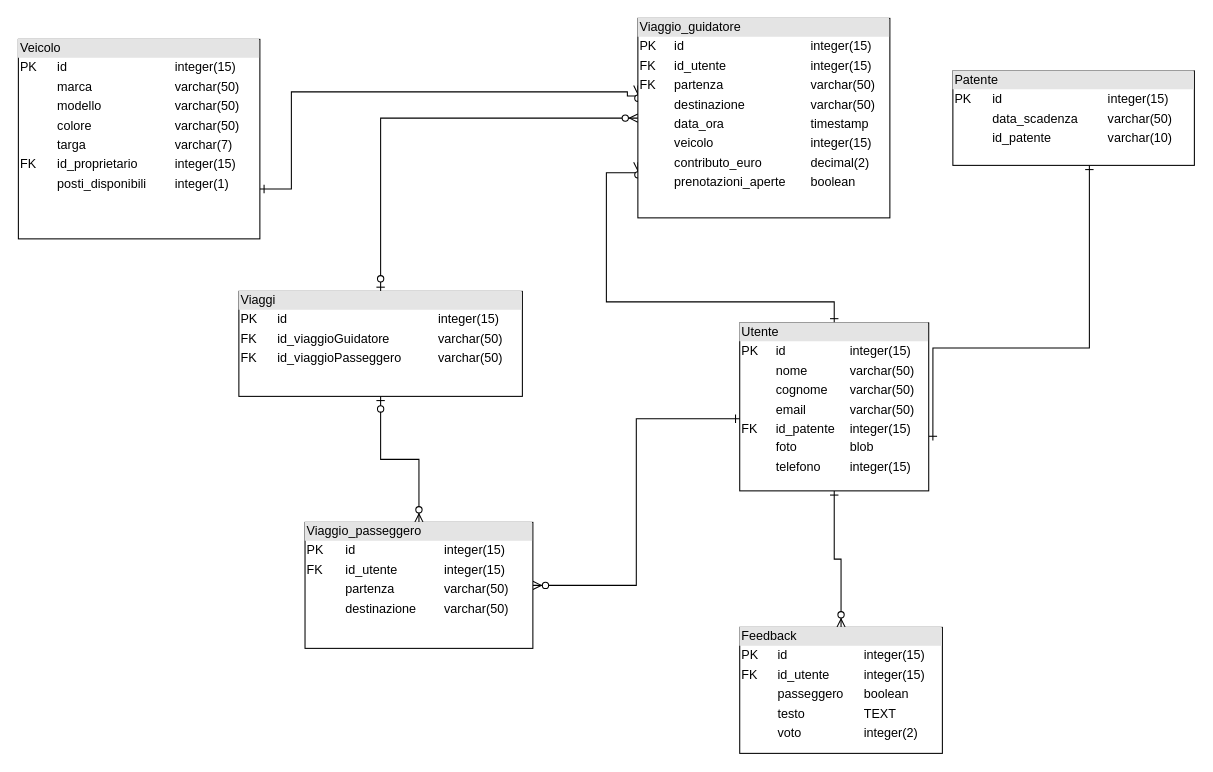
This is Untitled Diagram.drawio from Lor3nzo01/cpp, a draw.io file, before an edit. Source tidied: cells renumbered, new cells numbered last; positions are measured from the earlier drawing's top-left corner, leaving out a move shared by most shapes. Both pictures are drawn from the tidied source at 105%, with x=0, y=0 at pixel (18, 18).
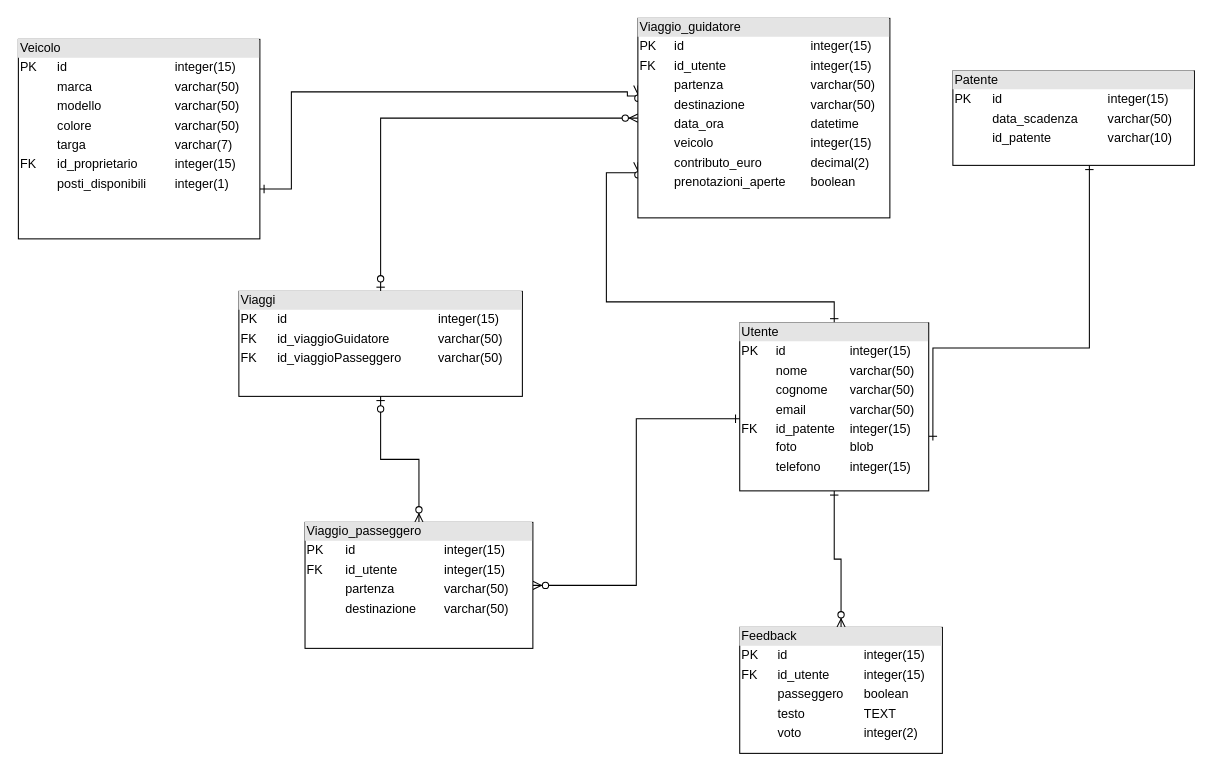
After the change.

Change to the diagram source:
```diff
@@
-    <mxCell id="10" value="&lt;div style=&quot;box-sizing: border-box ; width: 100% ; background: #e4e4e4 ; padding: 2px&quot;&gt;Viaggio_guidatore&lt;br&gt;&lt;/div&gt;&lt;table style=&quot;width: 100% ; font-size: 1em&quot; cellspacing=&quot;0&quot; cellpadding=&quot;2&quot;&gt;&lt;tbody&gt;&lt;tr&gt;&lt;td&gt;PK&lt;/td&gt;&lt;td&gt;&lt;br&gt;&lt;/td&gt;&lt;td&gt;&lt;br&gt;&lt;/td&gt;&lt;td&gt;id&lt;/td&gt;&lt;td&gt;integer(15)&lt;/td&gt;&lt;/tr&gt;&lt;tr&gt;&lt;td&gt;FK&lt;br&gt;&lt;/td&gt;&lt;td&gt;&lt;br&gt;&lt;/td&gt;&lt;td&gt;&lt;br&gt;&lt;/td&gt;&lt;td&gt;id_utente&lt;br&gt;&lt;/td&gt;&lt;td&gt;integer(15)&lt;br&gt;&lt;/td&gt;&lt;/tr&gt;&lt;tr&gt;&lt;td&gt;FK&lt;br&gt;&lt;/td&gt;&lt;td&gt;&lt;br&gt;&lt;/td&gt;&lt;td&gt;&lt;br&gt;&lt;/td&gt;&lt;td&gt;partenza&lt;/td&gt;&lt;td&gt;varchar(50)&lt;/td&gt;&lt;/tr&gt;&lt;tr&gt;&lt;td&gt;&lt;br&gt;&lt;/td&gt;&lt;td&gt;&lt;br&gt;&lt;/td&gt;&lt;td&gt;&lt;br&gt;&lt;/td&gt;&lt;td&gt;destinazione&lt;br&gt;&lt;/td&gt;&lt;td&gt;varchar(50)&lt;br&gt;&lt;/td&gt;&lt;/tr&gt;&lt;tr&gt;&lt;td&gt;&lt;br&gt;&lt;/td&gt;&lt;td&gt;&lt;br&gt;&lt;/td&gt;&lt;td&gt;&lt;br&gt;&lt;/td&gt;&lt;td&gt;data_ora&lt;br&gt;&lt;/td&gt;&lt;td&gt;timestamp&lt;br&gt;&lt;/td&gt;&lt;/tr&gt;&lt;tr&gt;&lt;td&gt;&lt;br&gt;&lt;/td&gt;&lt;td&gt;&lt;br&gt;&lt;/td&gt;&lt;td&gt;&lt;br&gt;&lt;/td&gt;&lt;td&gt;veicolo&lt;br&gt;&lt;/td&gt;&lt;td&gt;integer(15)&lt;br&gt;&lt;/td&gt;&lt;/tr&gt;&lt;tr&gt;&lt;td&gt;&lt;br&gt;&lt;/td&gt;&lt;td&gt;&lt;br&gt;&lt;/td&gt;&lt;td&gt;&lt;br&gt;&lt;/td&gt;&lt;td&gt;contributo_euro&lt;br&gt;&lt;/td&gt;&lt;td&gt;decimal(2)&lt;br&gt;&lt;/td&gt;&lt;/tr&gt;&lt;tr&gt;&lt;td&gt;&lt;br&gt;&lt;/td&gt;&lt;td&gt;&lt;br&gt;&lt;/td&gt;&lt;td&gt;&lt;br&gt;&lt;/td&gt;&lt;td&gt;prenotazioni_aperte&lt;br&gt;&lt;/td&gt;&lt;td&gt;boolean&lt;br&gt;&lt;/td&gt;&lt;/tr&gt;&lt;tr&gt;&lt;td&gt;&lt;br&gt;&lt;/td&gt;&lt;td&gt;&lt;br&gt;&lt;/td&gt;&lt;td&gt;&lt;br&gt;&lt;/td&gt;&lt;td&gt;&lt;br&gt;&lt;/td&gt;&lt;td&gt;&lt;br&gt;&lt;/td&gt;&lt;/tr&gt;&lt;tr&gt;&lt;td&gt;&lt;br&gt;&lt;/td&gt;&lt;td&gt;&lt;br&gt;&lt;/td&gt;&lt;td&gt;&lt;br&gt;&lt;/td&gt;&lt;td&gt;&lt;br&gt;&lt;/td&gt;&lt;td&gt;&lt;br&gt;&lt;/td&gt;&lt;/tr&gt;&lt;tr&gt;&lt;td&gt;&lt;br&gt;&lt;/td&gt;&lt;td&gt;&lt;br&gt;&lt;/td&gt;&lt;td&gt;&lt;br&gt;&lt;/td&gt;&lt;td&gt;&lt;br&gt;&lt;/td&gt;&lt;td&gt;&lt;br&gt;&lt;/td&gt;&lt;/tr&gt;&lt;tr&gt;&lt;td&gt;&lt;br&gt;&lt;/td&gt;&lt;td&gt;&lt;br&gt;&lt;/td&gt;&lt;td&gt;&lt;br&gt;&lt;/td&gt;&lt;td&gt;&lt;br&gt;&lt;/td&gt;&lt;td&gt;&lt;br&gt;&lt;/td&gt;&lt;/tr&gt;&lt;/tbody&gt;&lt;/table&gt;" style="verticalAlign=top;align=left;overflow=fill;html=1;" parent="1" vertex="1">
+    <mxCell id="10" value="&lt;div style=&quot;box-sizing: border-box ; width: 100% ; background: #e4e4e4 ; padding: 2px&quot;&gt;Viaggio_guidatore&lt;br&gt;&lt;/div&gt;&lt;table style=&quot;width: 100% ; font-size: 1em&quot; cellspacing=&quot;0&quot; cellpadding=&quot;2&quot;&gt;&lt;tbody&gt;&lt;tr&gt;&lt;td&gt;PK&lt;/td&gt;&lt;td&gt;&lt;br&gt;&lt;/td&gt;&lt;td&gt;&lt;br&gt;&lt;/td&gt;&lt;td&gt;id&lt;/td&gt;&lt;td&gt;integer(15)&lt;/td&gt;&lt;/tr&gt;&lt;tr&gt;&lt;td&gt;FK&lt;br&gt;&lt;/td&gt;&lt;td&gt;&lt;br&gt;&lt;/td&gt;&lt;td&gt;&lt;br&gt;&lt;/td&gt;&lt;td&gt;id_utente&lt;br&gt;&lt;/td&gt;&lt;td&gt;integer(15)&lt;br&gt;&lt;/td&gt;&lt;/tr&gt;&lt;tr&gt;&lt;td&gt;&lt;br&gt;&lt;/td&gt;&lt;td&gt;&lt;br&gt;&lt;/td&gt;&lt;td&gt;&lt;br&gt;&lt;/td&gt;&lt;td&gt;partenza&lt;/td&gt;&lt;td&gt;varchar(50)&lt;/td&gt;&lt;/tr&gt;&lt;tr&gt;&lt;td&gt;&lt;br&gt;&lt;/td&gt;&lt;td&gt;&lt;br&gt;&lt;/td&gt;&lt;td&gt;&lt;br&gt;&lt;/td&gt;&lt;td&gt;destinazione&lt;br&gt;&lt;/td&gt;&lt;td&gt;varchar(50)&lt;br&gt;&lt;/td&gt;&lt;/tr&gt;&lt;tr&gt;&lt;td&gt;&lt;br&gt;&lt;/td&gt;&lt;td&gt;&lt;br&gt;&lt;/td&gt;&lt;td&gt;&lt;br&gt;&lt;/td&gt;&lt;td&gt;data_ora&lt;br&gt;&lt;/td&gt;&lt;td&gt;datetime&lt;br&gt;&lt;/td&gt;&lt;/tr&gt;&lt;tr&gt;&lt;td&gt;&lt;br&gt;&lt;/td&gt;&lt;td&gt;&lt;br&gt;&lt;/td&gt;&lt;td&gt;&lt;br&gt;&lt;/td&gt;&lt;td&gt;veicolo&lt;br&gt;&lt;/td&gt;&lt;td&gt;integer(15)&lt;br&gt;&lt;/td&gt;&lt;/tr&gt;&lt;tr&gt;&lt;td&gt;&lt;br&gt;&lt;/td&gt;&lt;td&gt;&lt;br&gt;&lt;/td&gt;&lt;td&gt;&lt;br&gt;&lt;/td&gt;&lt;td&gt;contributo_euro&lt;br&gt;&lt;/td&gt;&lt;td&gt;decimal(2)&lt;br&gt;&lt;/td&gt;&lt;/tr&gt;&lt;tr&gt;&lt;td&gt;&lt;br&gt;&lt;/td&gt;&lt;td&gt;&lt;br&gt;&lt;/td&gt;&lt;td&gt;&lt;br&gt;&lt;/td&gt;&lt;td&gt;prenotazioni_aperte&lt;br&gt;&lt;/td&gt;&lt;td&gt;boolean&lt;br&gt;&lt;/td&gt;&lt;/tr&gt;&lt;tr&gt;&lt;td&gt;&lt;br&gt;&lt;/td&gt;&lt;td&gt;&lt;br&gt;&lt;/td&gt;&lt;td&gt;&lt;br&gt;&lt;/td&gt;&lt;td&gt;&lt;br&gt;&lt;/td&gt;&lt;td&gt;&lt;br&gt;&lt;/td&gt;&lt;/tr&gt;&lt;tr&gt;&lt;td&gt;&lt;br&gt;&lt;/td&gt;&lt;td&gt;&lt;br&gt;&lt;/td&gt;&lt;td&gt;&lt;br&gt;&lt;/td&gt;&lt;td&gt;&lt;br&gt;&lt;/td&gt;&lt;td&gt;&lt;br&gt;&lt;/td&gt;&lt;/tr&gt;&lt;tr&gt;&lt;td&gt;&lt;br&gt;&lt;/td&gt;&lt;td&gt;&lt;br&gt;&lt;/td&gt;&lt;td&gt;&lt;br&gt;&lt;/td&gt;&lt;td&gt;&lt;br&gt;&lt;/td&gt;&lt;td&gt;&lt;br&gt;&lt;/td&gt;&lt;/tr&gt;&lt;tr&gt;&lt;td&gt;&lt;br&gt;&lt;/td&gt;&lt;td&gt;&lt;br&gt;&lt;/td&gt;&lt;td&gt;&lt;br&gt;&lt;/td&gt;&lt;td&gt;&lt;br&gt;&lt;/td&gt;&lt;td&gt;&lt;br&gt;&lt;/td&gt;&lt;/tr&gt;&lt;/tbody&gt;&lt;/table&gt;" style="verticalAlign=top;align=left;overflow=fill;html=1;" parent="1" vertex="1">
       <mxGeometry x="590" width="240" height="190" as="geometry" />
     </mxCell>
```
